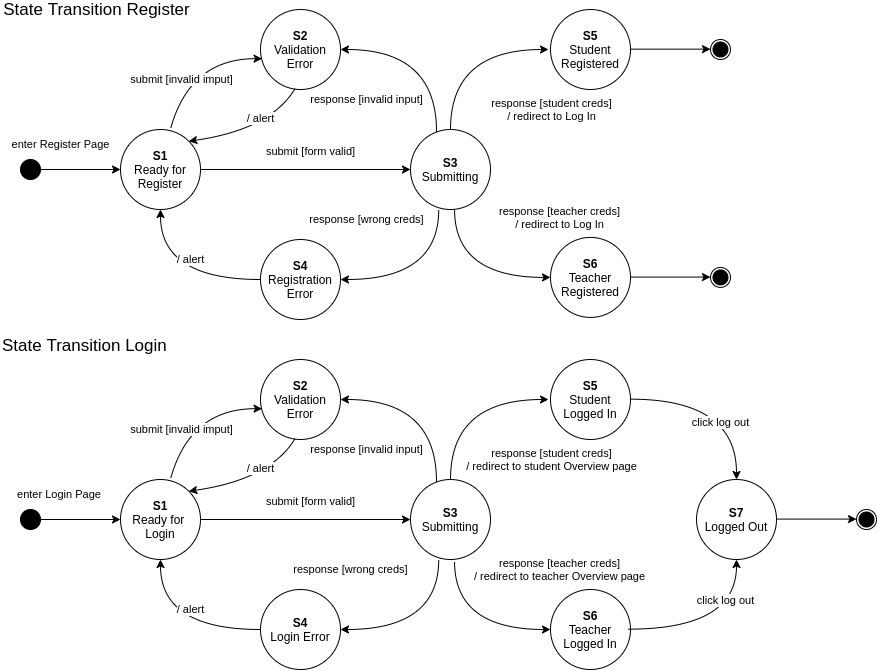
The draw.io diagram docs/auth-states.drawio.png in arch0047/UnitTestExamProject, before a commit. Source tidied: cells renumbered, new cells last; positions are measured from the earlier drawing's top-left corner, leaving out a move shared by most shapes.
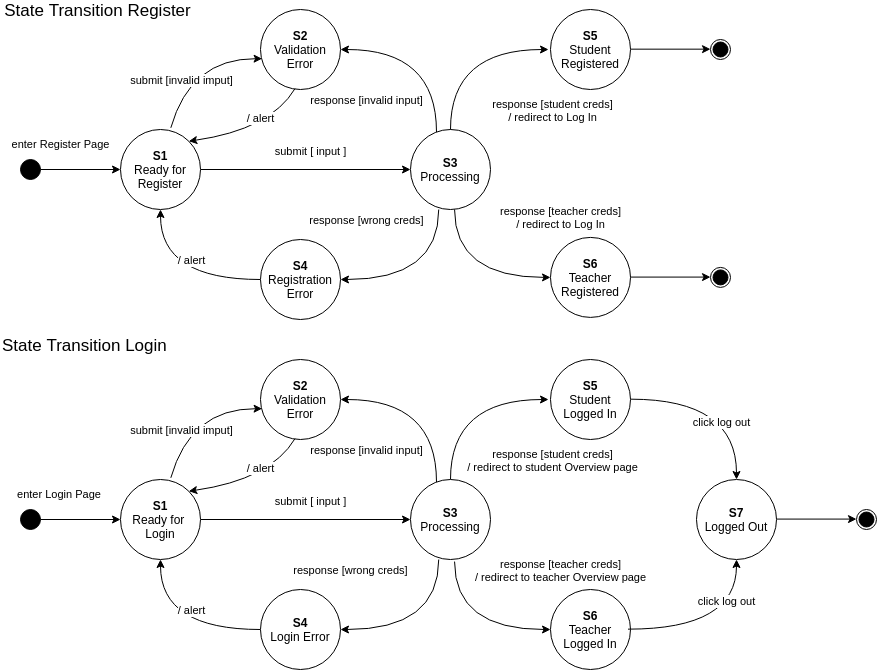
Above is the later version.

Commit message:
renamed it submitting to processing

The edit, as a diff of the source:
```diff
@@ -5,7 +5,7 @@
     <mxCell id="2" value="&lt;font style=&quot;font-size: 17px&quot;&gt;State Transition Register&lt;/font&gt;" style="edgeLabel;html=1;align=center;verticalAlign=middle;" parent="1" vertex="1">
       <mxGeometry x="96" as="geometry" />
     </mxCell>
-    <mxCell id="3" value="&lt;font style=&quot;font-size: 11px&quot;&gt;submit [form valid]&lt;/font&gt;" style="edgeStyle=orthogonalEdgeStyle;rounded=0;jettySize=auto;html=1;fontSize=17;" parent="1" edge="1" source="4" target="11">
+    <mxCell id="3" value="&lt;font style=&quot;font-size: 11px&quot;&gt;submit [ input ]&lt;/font&gt;" style="edgeStyle=orthogonalEdgeStyle;rounded=0;jettySize=auto;html=1;fontSize=17;" parent="1" edge="1" source="4" target="11">
       <mxGeometry x="0.05" y="20" relative="1" as="geometry" />
     </mxCell>
     <mxCell id="4" value="&lt;b&gt;S1&lt;br&gt;&lt;/b&gt;Ready for Register" style="ellipse;whiteSpace=wrap;html=1;" parent="1" vertex="1">
@@ -37,7 +37,7 @@
         <mxPoint x="-43" y="36" as="offset" />
       </mxGeometry>
     </mxCell>
-    <mxCell id="11" value="&lt;b&gt;S3&lt;/b&gt;&lt;br&gt;Submitting" style="ellipse;whiteSpace=wrap;html=1;" parent="1" vertex="1">
+    <mxCell id="11" value="&lt;b&gt;S3&lt;/b&gt;&lt;br&gt;Processing" style="ellipse;whiteSpace=wrap;html=1;" parent="1" vertex="1">
       <mxGeometry x="410" y="120" width="80" height="80" as="geometry" />
     </mxCell>
     <mxCell id="12" style="edgeStyle=orthogonalEdgeStyle;rounded=0;jettySize=auto;html=1;entryX=0.5;entryY=1;entryDx=0;entryDy=0;fontSize=11;curved=1;" parent="1" edge="1" source="14" target="4">
@@ -78,7 +78,7 @@
         <mxPoint x="-25" y="5" as="offset" />
       </mxGeometry>
     </mxCell>
-    <mxCell id="20" value="&lt;font style=&quot;font-size: 11px&quot;&gt;submit [form valid]&lt;/font&gt;" style="edgeStyle=orthogonalEdgeStyle;rounded=0;jettySize=auto;html=1;fontSize=17;" parent="1" edge="1" source="21" target="30">
+    <mxCell id="20" value="&lt;font style=&quot;font-size: 11px&quot;&gt;submit [ input ]&lt;/font&gt;" style="edgeStyle=orthogonalEdgeStyle;rounded=0;jettySize=auto;html=1;fontSize=17;" parent="1" edge="1" source="21" target="30">
       <mxGeometry x="0.05" y="20" relative="1" as="geometry" />
     </mxCell>
     <mxCell id="21" value="&lt;b&gt;S1&lt;/b&gt;&lt;br&gt;Ready for &lt;br&gt;Login" style="ellipse;whiteSpace=wrap;html=1;" parent="1" vertex="1">
@@ -125,7 +125,7 @@
         <mxPoint x="77" y="-46" as="offset" />
       </mxGeometry>
     </mxCell>
-    <mxCell id="30" value="&lt;b&gt;S3&lt;/b&gt;&lt;br&gt;Submitting" style="ellipse;whiteSpace=wrap;html=1;" parent="1" vertex="1">
+    <mxCell id="30" value="&lt;b&gt;S3&lt;/b&gt;&lt;br&gt;Processing" style="ellipse;whiteSpace=wrap;html=1;" parent="1" vertex="1">
       <mxGeometry x="410" y="470" width="80" height="80" as="geometry" />
     </mxCell>
     <mxCell id="31" style="edgeStyle=orthogonalEdgeStyle;rounded=0;jettySize=auto;html=1;entryX=0.5;entryY=1;entryDx=0;entryDy=0;fontSize=11;curved=1;" parent="1" edge="1" source="33" target="21">
```
